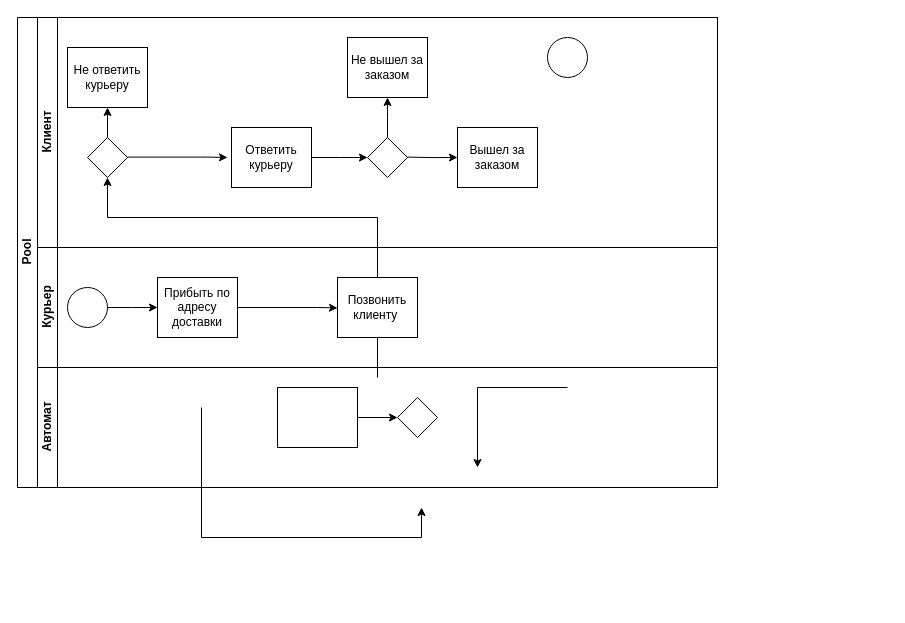
Before: icons/Диаграмма без названия.drawio in ElizaSitmukhanova/-food-site, a draw.io diagram. Source tidied: cells renumbered, new cells numbered last; positions are measured from the earlier drawing's top-left corner, leaving out a move shared by most shapes. Both pictures are drawn from the tidied source at 100%, with x=0, y=0 at pixel (17, 17).
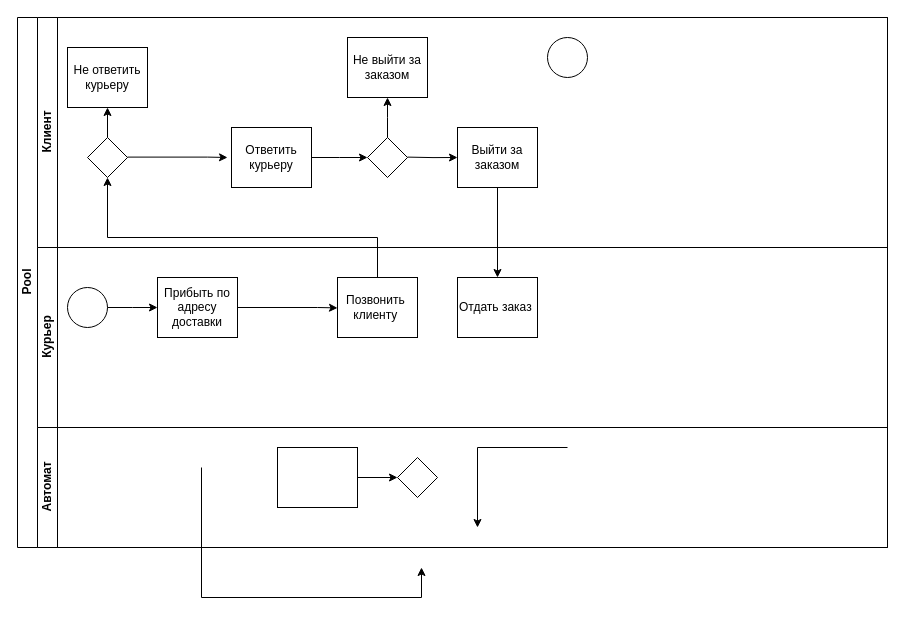
The same diagram, later.

Unchanged cells that the change refers to:
```xml
<mxCell id="19" style="ellipse;whiteSpace=wrap;html=1;" parent="16" vertex="1">
  <mxGeometry x="30" y="40" width="40" height="40" as="geometry" />
</mxCell>
```

The edit, as a diff of the source:
```diff
@@
     <mxCell id="2" value="Pool" style="swimlane;html=1;horizontal=0;startSize=20;" parent="1" vertex="1">
-      <mxGeometry width="700" height="470" as="geometry" />
+      <mxGeometry width="870" height="530" as="geometry" />
     </mxCell>
     <mxCell id="3" value="Клиент" style="swimlane;html=1;startSize=20;horizontal=0;" parent="2" vertex="1">
-      <mxGeometry x="20" width="680" height="230" as="geometry" />
+      <mxGeometry x="20" width="850" height="230" as="geometry" />
     </mxCell>
-    <mxCell id="4" value="Не вышел за заказом" style="rounded=0;whiteSpace=wrap;html=1;fontFamily=Helvetica;fontSize=12;fontColor=#000000;align=center;" parent="3" vertex="1">
+    <mxCell id="4" value="Не выйти за заказом" style="rounded=0;whiteSpace=wrap;html=1;fontFamily=Helvetica;fontSize=12;fontColor=#000000;align=center;" parent="3" vertex="1">
       <mxGeometry x="310" y="20" width="80" height="60" as="geometry" />
     </mxCell>
@@
-    <mxCell id="10" style="edgeStyle=orthogonalEdgeStyle;rounded=0;orthogonalLoop=1;jettySize=auto;html=1;endArrow=classic;endFill=1;exitX=0.5;exitY=0;exitDx=0;exitDy=0;" parent="3" edge="1">
+    <mxCell id="10" style="edgeStyle=orthogonalEdgeStyle;rounded=0;jettySize=auto;html=1;endArrow=classic;endFill=1;exitX=0.5;exitY=0;exitDx=0;exitDy=0;" parent="3" edge="1" source="20">
       <mxGeometry relative="1" as="geometry">
-        <mxPoint x="340" y="360" as="sourcePoint" />
         <mxPoint x="70" y="160" as="targetPoint" />
         <Array as="points">
-          <mxPoint x="340" y="200" />
-          <mxPoint x="70" y="200" />
+          <mxPoint x="340" y="220" />
+          <mxPoint x="70" y="220" />
         </Array>
       </mxGeometry>
     </mxCell>
@@
-    <mxCell id="14" value="Вышел за заказом" style="rounded=0;whiteSpace=wrap;html=1;fontFamily=Helvetica;fontSize=12;fontColor=#000000;align=center;" parent="3" vertex="1">
+    <mxCell id="14" value="Выйти за заказом" style="rounded=0;whiteSpace=wrap;html=1;fontFamily=Helvetica;fontSize=12;fontColor=#000000;align=center;" parent="3" vertex="1">
       <mxGeometry x="420" y="110" width="80" height="60" as="geometry" />
     </mxCell>
@@
     <mxCell id="16" value="Курьер" style="swimlane;html=1;startSize=20;horizontal=0;" parent="2" vertex="1">
-      <mxGeometry x="20" y="230" width="680" height="120" as="geometry" />
+      <mxGeometry x="20" y="230" width="850" height="180" as="geometry" />
     </mxCell>
@@
-    <mxCell id="20" value="Позвонить клиенту&amp;nbsp;" style="rounded=0;whiteSpace=wrap;html=1;fontFamily=Helvetica;fontSize=12;fontColor=#000000;align=center;" parent="16" vertex="1">
+    <mxCell id="20" value="Позвонить&amp;nbsp; клиенту&amp;nbsp;" style="rounded=0;whiteSpace=wrap;html=1;fontFamily=Helvetica;fontSize=12;fontColor=#000000;align=center;" parent="16" vertex="1">
       <mxGeometry x="300" y="30" width="80" height="60" as="geometry" />
     </mxCell>
+    <mxCell id="29" value="Отдать заказ&amp;nbsp;" style="rounded=0;whiteSpace=wrap;html=1;fontFamily=Helvetica;fontSize=12;fontColor=#000000;align=center;" parent="16" vertex="1">
+      <mxGeometry x="420" y="30" width="80" height="60" as="geometry" />
+    </mxCell>
+    <mxCell id="27" style="edgeStyle=orthogonalEdgeStyle;rounded=0;jettySize=auto;html=1;" parent="2" edge="1" source="19">
+      <mxGeometry relative="1" as="geometry">
+        <mxPoint x="140" y="290" as="targetPoint" />
+      </mxGeometry>
+    </mxCell>
     <mxCell id="21" value="Автомат" style="swimlane;html=1;startSize=20;horizontal=0;" parent="2" vertex="1">
-      <mxGeometry x="20" y="350" width="680" height="120" as="geometry" />
+      <mxGeometry x="20" y="410" width="850" height="120" as="geometry" />
     </mxCell>
@@
-    <mxCell id="27" style="edgeStyle=orthogonalEdgeStyle;rounded=0;jettySize=auto;html=1;" parent="2" edge="1" source="19">
-      <mxGeometry relative="1" as="geometry">
-        <mxPoint x="140" y="290" as="targetPoint" />
-      </mxGeometry>
-    </mxCell>
@@
+    <mxCell id="30" style="endArrow=classic;html=1;rounded=0;exitX=0.5;exitY=1;exitDx=0;exitDy=0;" parent="1" edge="1" source="14">
+      <mxGeometry relative="1" as="geometry">
+        <mxPoint x="480" y="260" as="targetPoint" />
+      </mxGeometry>
+    </mxCell>
```
